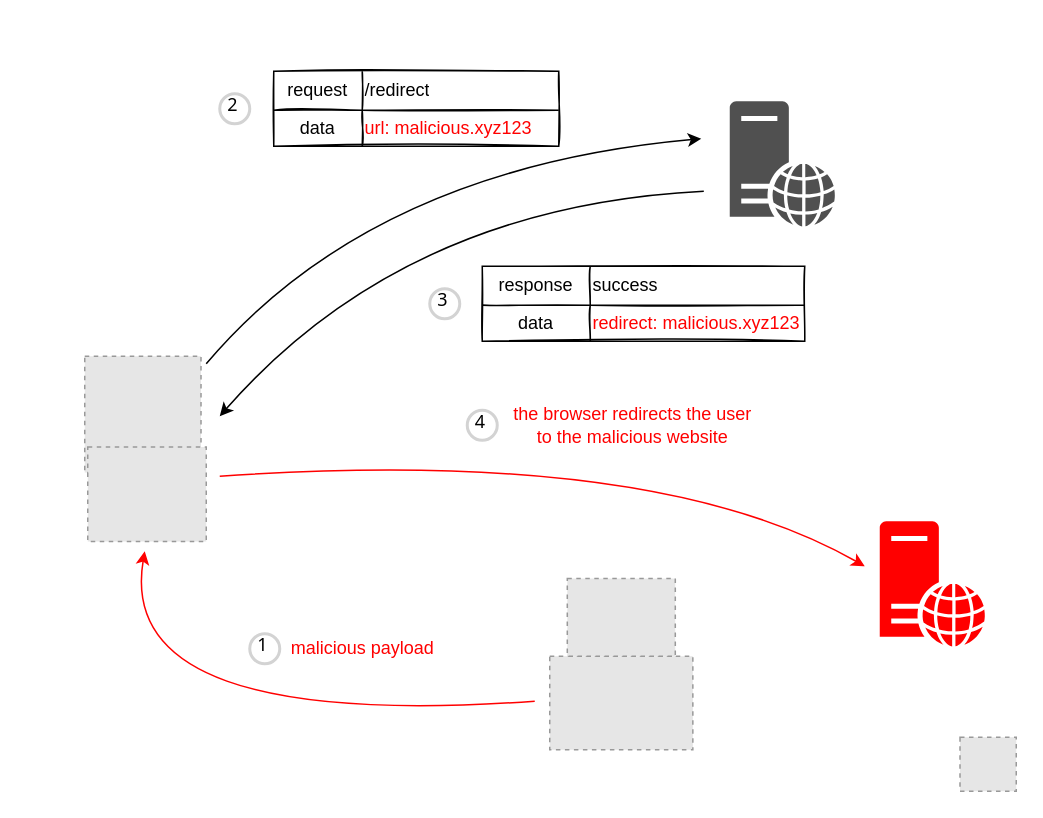
The draw.io diagram content/open-redirect.drawio in qeeqbox/open-redirect, before the edit. Source tidied: cells renumbered, new cells numbered last; positions are measured from the earlier drawing's top-left corner, leaving out a move shared by most shapes. Both pictures are drawn from the tidied source at 150%, with x=0, y=0 at pixel (26, 26). Pictures stored in the file or linked from it are replaced by grey dashed boxes.
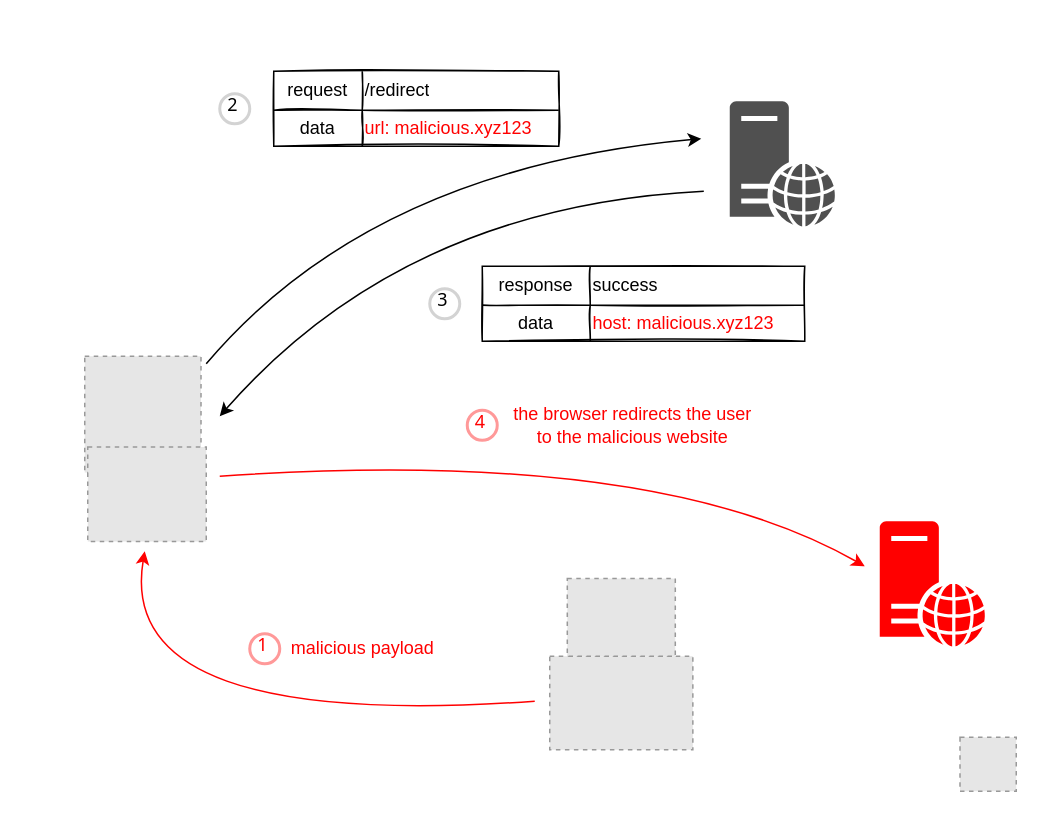
After the change.

Unchanged cells that the change refers to:
```xml
<mxCell id="30" style="shape=tableRow;horizontal=0;startSize=0;swimlaneHead=0;swimlaneBody=0;top=0;left=0;bottom=0;right=0;fillColor=none;" parent="26" vertex="1">
  <mxGeometry y="26" width="215" height="24" as="geometry" />
</mxCell>
```

What changed in the source:
```diff
@@
-    <mxCell id="22" value="1" style="ellipse;whiteSpace=wrap;html=1;strokeWidth=2;fontFamily=Tahoma;spacingBottom=4;spacingRight=2;strokeColor=#d3d3d3;" parent="1" vertex="1">
+    <mxCell id="22" value="1" style="ellipse;whiteSpace=wrap;html=1;strokeWidth=2;fontFamily=Tahoma;spacingBottom=4;spacingRight=2;strokeColor=light-dark(#FF9999,#383838);fontColor=light-dark(#ff0000, #ededed);" parent="1" vertex="1">
       <mxGeometry x="149" y="405" width="20" height="20" as="geometry" />
     </mxCell>
@@
-    <mxCell id="24" value="&lt;div&gt;&lt;font color=&quot;#ff0000&quot;&gt;the browser redirects the&amp;nbsp;&lt;/font&gt;&lt;span style=&quot;color: rgb(255, 0, 0); background-color: initial;&quot;&gt;user&lt;/span&gt;&lt;/div&gt;&lt;div&gt;&lt;span style=&quot;background-color: initial; color: rgb(255, 0, 0);&quot;&gt;to&amp;nbsp;&lt;/span&gt;&lt;span style=&quot;color: rgb(255, 0, 0); background-color: initial;&quot;&gt;the malicious website&lt;/span&gt;&lt;/div&gt;" style="text;html=1;align=center;verticalAlign=middle;strokeColor=none;fillColor=none;" parent="1" vertex="1">
+    <mxCell id="24" value="&lt;div&gt;&lt;font&gt;the browser redirects the&amp;nbsp;&lt;/font&gt;&lt;span style=&quot;background-color: initial;&quot;&gt;user&lt;/span&gt;&lt;/div&gt;&lt;div&gt;&lt;span style=&quot;background-color: initial;&quot;&gt;to&amp;nbsp;&lt;/span&gt;&lt;span style=&quot;background-color: initial;&quot;&gt;the malicious website&lt;/span&gt;&lt;/div&gt;" style="text;html=1;align=center;verticalAlign=middle;strokeColor=none;fillColor=none;fontColor=light-dark(#ff0000, #ededed);" parent="1" vertex="1">
       <mxGeometry x="314" y="246" width="180" height="40" as="geometry" />
     </mxCell>
-    <mxCell id="25" value="4" style="ellipse;whiteSpace=wrap;html=1;strokeWidth=2;fontFamily=Tahoma;spacingBottom=4;spacingRight=2;strokeColor=#d3d3d3;" parent="1" vertex="1">
+    <mxCell id="25" value="4" style="ellipse;whiteSpace=wrap;html=1;strokeWidth=2;fontFamily=Tahoma;spacingBottom=4;spacingRight=2;strokeColor=light-dark(#FF9999,#EDEDED);fontColor=light-dark(#ff0000, #ededed);" parent="1" vertex="1">
       <mxGeometry x="294" y="256" width="20" height="20" as="geometry" />
     </mxCell>
@@
-    <mxCell id="32" value="&lt;span style=&quot;color: rgb(255, 0, 0);&quot;&gt;redirect: malicious.xyz123&lt;/span&gt;" style="shape=partialRectangle;html=1;whiteSpace=wrap;fillColor=none;top=0;left=0;bottom=0;right=0;overflow=hidden;align=left;" parent="30" vertex="1">
+    <mxCell id="32" value="&lt;span style=&quot;color: rgb(255, 0, 0);&quot;&gt;host: malicious.xyz123&lt;/span&gt;" style="shape=partialRectangle;html=1;whiteSpace=wrap;fillColor=none;top=0;left=0;bottom=0;right=0;overflow=hidden;align=left;" parent="30" vertex="1">
       <mxGeometry x="72" width="143" height="24" as="geometry" />
     </mxCell>
```
